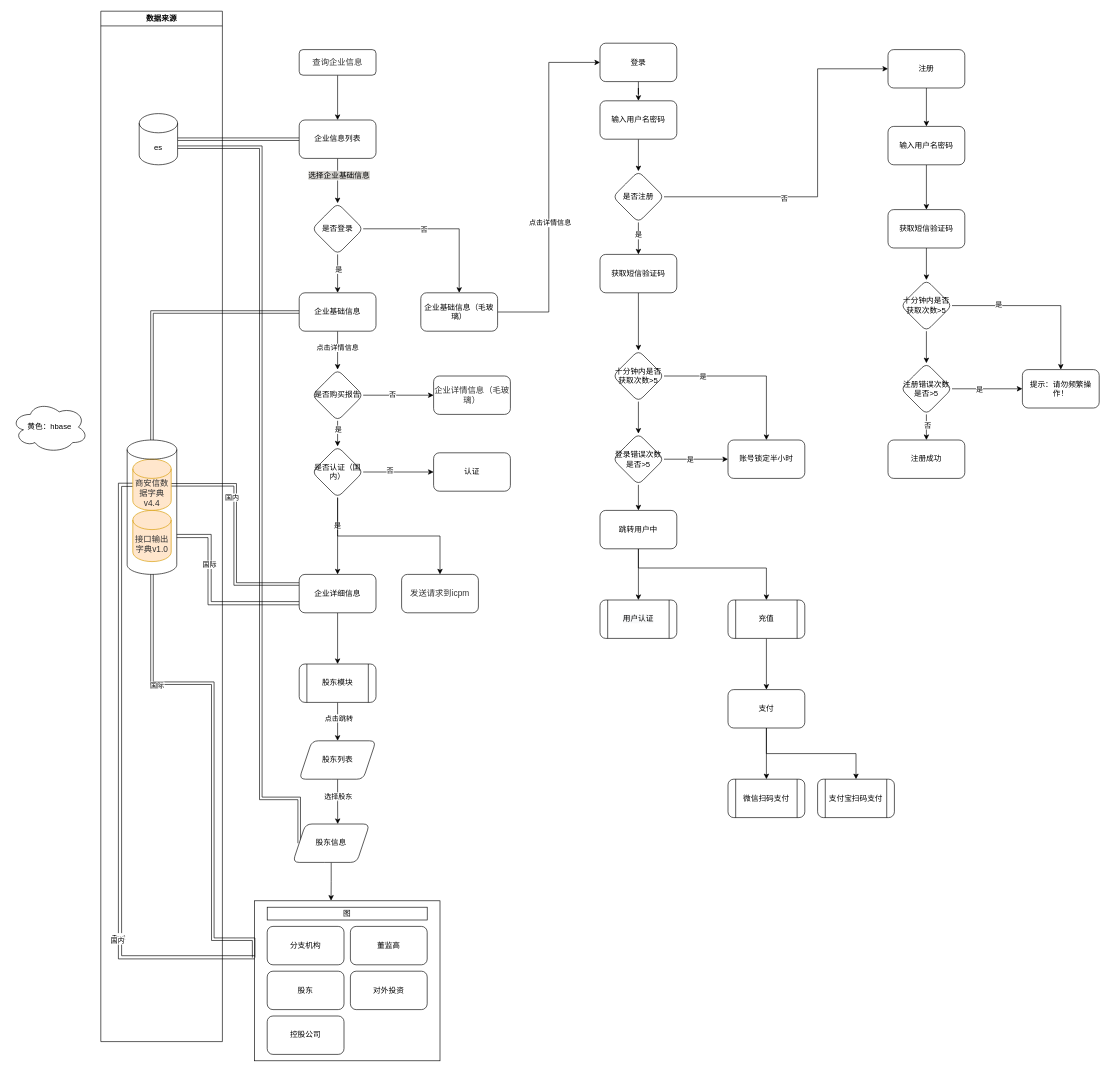
This is 全球鹰.drawio from lq460541033/draw_dev, a draw.io file, before an edit. Source tidied: cells renumbered, new cells numbered last; positions are measured from the earlier drawing's top-left corner, leaving out a move shared by most shapes. Both pictures are drawn from the tidied source at 64%, with x=0, y=0 at pixel (11, 11).
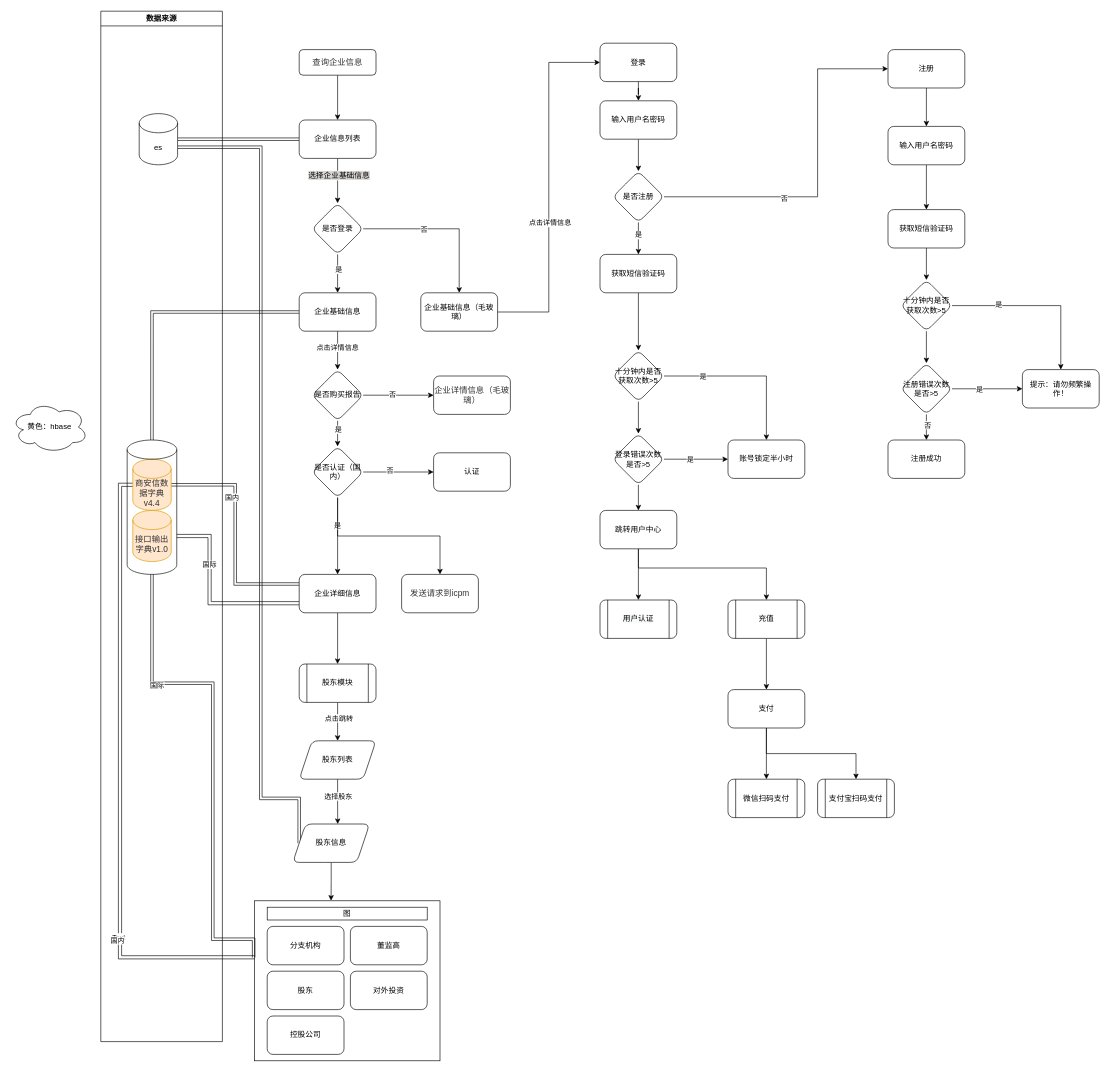
After the change.

The edit, as a diff of the source:
```diff
@@
-    <mxCell id="75" value="跳转用户中" style="whiteSpace=wrap;html=1;rounded=1;" parent="1" vertex="1">
+    <mxCell id="75" value="跳转用户中心" style="whiteSpace=wrap;html=1;rounded=1;" parent="1" vertex="1">
       <mxGeometry x="920" y="780" width="120" height="60" as="geometry" />
     </mxCell>
```
